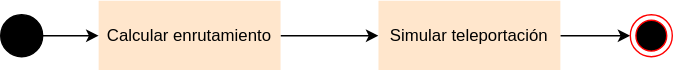
Earlier version of the draw.io export Diagramas/Flujo/tec-general.svg (davidpcuvigo/quantumcity). Source tidied: cells renumbered, new cells last; positions are measured from the earlier drawing's top-left corner, leaving out a move shared by most shapes. Source of this version:
```xml
<mxGraphModel>
  <root>
    <mxCell id="0" />
    <mxCell id="1" parent="0" />
    <mxCell id="2" style="edgeStyle=orthogonalEdgeStyle;rounded=0;jettySize=auto;html=1;exitX=1;exitY=0.5;exitDx=0;exitDy=0;entryX=0;entryY=0.5;entryDx=0;entryDy=0;" parent="1" edge="1" source="3" target="5">
      <mxGeometry relative="1" as="geometry" />
    </mxCell>
    <mxCell id="3" value="Calcular enrutamiento" style="rounded=0;whiteSpace=wrap;html=1;fillColor=#ffe6cc;strokeColor=none;" parent="1" vertex="1">
      <mxGeometry x="70" width="130" height="50" as="geometry" />
    </mxCell>
    <mxCell id="4" style="edgeStyle=orthogonalEdgeStyle;rounded=0;jettySize=auto;html=1;exitX=1;exitY=0.5;exitDx=0;exitDy=0;entryX=0;entryY=0.5;entryDx=0;entryDy=0;" parent="1" edge="1" source="5" target="6">
      <mxGeometry relative="1" as="geometry" />
    </mxCell>
    <mxCell id="5" value="Simular teleportación" style="rounded=0;whiteSpace=wrap;html=1;fillColor=#ffe6cc;strokeColor=none;" parent="1" vertex="1">
      <mxGeometry x="270" width="130" height="50" as="geometry" />
    </mxCell>
    <mxCell id="6" style="ellipse;html=1;shape=endState;fillColor=#000000;strokeColor=#ff0000;" parent="1" vertex="1">
      <mxGeometry x="450" y="10" width="30" height="30" as="geometry" />
    </mxCell>
    <mxCell id="7" style="edgeStyle=orthogonalEdgeStyle;rounded=0;jettySize=auto;html=1;exitX=1;exitY=0.5;exitDx=0;exitDy=0;entryX=0;entryY=0.5;entryDx=0;entryDy=0;" parent="1" edge="1" source="8" target="3">
      <mxGeometry relative="1" as="geometry" />
    </mxCell>
    <mxCell id="8" style="ellipse;whiteSpace=wrap;html=1;fillColor=#000000;" parent="1" vertex="1">
      <mxGeometry y="10" width="30" height="30" as="geometry" />
    </mxCell>
  </root>
</mxGraphModel>
```
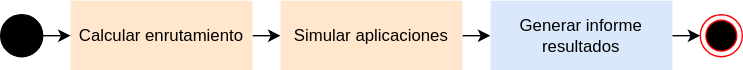
The same file after the commit.

The edit, as a diff of the source:
```diff
@@ -6,16 +6,16 @@
       <mxGeometry relative="1" as="geometry" />
     </mxCell>
     <mxCell id="3" value="Calcular enrutamiento" style="rounded=0;whiteSpace=wrap;html=1;fillColor=#ffe6cc;strokeColor=none;" parent="1" vertex="1">
-      <mxGeometry x="70" width="130" height="50" as="geometry" />
+      <mxGeometry x="50" width="130" height="50" as="geometry" />
     </mxCell>
-    <mxCell id="4" style="edgeStyle=orthogonalEdgeStyle;rounded=0;jettySize=auto;html=1;exitX=1;exitY=0.5;exitDx=0;exitDy=0;entryX=0;entryY=0.5;entryDx=0;entryDy=0;" parent="1" edge="1" source="5" target="6">
+    <mxCell id="4" style="edgeStyle=orthogonalEdgeStyle;rounded=0;jettySize=auto;html=1;exitX=1;exitY=0.5;exitDx=0;exitDy=0;entryX=0;entryY=0.5;entryDx=0;entryDy=0;" parent="1" edge="1" source="5" target="10">
       <mxGeometry relative="1" as="geometry" />
     </mxCell>
-    <mxCell id="5" value="Simular teleportación" style="rounded=0;whiteSpace=wrap;html=1;fillColor=#ffe6cc;strokeColor=none;" parent="1" vertex="1">
-      <mxGeometry x="270" width="130" height="50" as="geometry" />
+    <mxCell id="5" value="Simular aplicaciones" style="rounded=0;whiteSpace=wrap;html=1;fillColor=#ffe6cc;strokeColor=none;" parent="1" vertex="1">
+      <mxGeometry x="200" width="130" height="50" as="geometry" />
     </mxCell>
     <mxCell id="6" style="ellipse;html=1;shape=endState;fillColor=#000000;strokeColor=#ff0000;" parent="1" vertex="1">
-      <mxGeometry x="450" y="10" width="30" height="30" as="geometry" />
+      <mxGeometry x="500" y="10" width="30" height="30" as="geometry" />
     </mxCell>
     <mxCell id="7" style="edgeStyle=orthogonalEdgeStyle;rounded=0;jettySize=auto;html=1;exitX=1;exitY=0.5;exitDx=0;exitDy=0;entryX=0;entryY=0.5;entryDx=0;entryDy=0;" parent="1" edge="1" source="8" target="3">
       <mxGeometry relative="1" as="geometry" />
@@ -23,5 +23,11 @@
     <mxCell id="8" style="ellipse;whiteSpace=wrap;html=1;fillColor=#000000;" parent="1" vertex="1">
       <mxGeometry y="10" width="30" height="30" as="geometry" />
     </mxCell>
+    <mxCell id="9" style="edgeStyle=orthogonalEdgeStyle;rounded=0;jettySize=auto;html=1;exitX=1;exitY=0.5;exitDx=0;exitDy=0;entryX=0;entryY=0.5;entryDx=0;entryDy=0;" parent="1" edge="1" source="10" target="6">
+      <mxGeometry relative="1" as="geometry" />
+    </mxCell>
+    <mxCell id="10" value="Generar informe resultados" style="rounded=0;whiteSpace=wrap;html=1;fillColor=#dae8fc;strokeColor=none;" parent="1" vertex="1">
+      <mxGeometry x="350" width="130" height="50" as="geometry" />
+    </mxCell>
   </root>
 </mxGraphModel>
```
